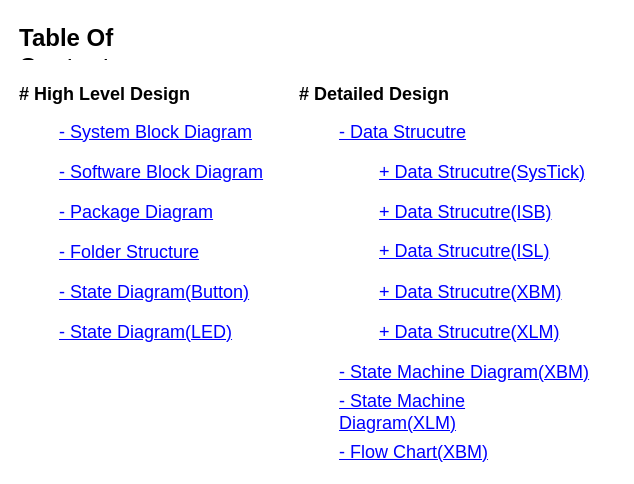
The draw.io diagram page "TOC" (1 of 19) of Document/GSL_Diagram.drawio in gtuja/GSL, before the edit. Source tidied: cells renumbered, new cells numbered last; positions are measured from the earlier drawing's top-left corner, leaving out a move shared by most shapes. Both pictures are drawn from the tidied source at 100%, with x=0, y=0 at pixel (17, 17).
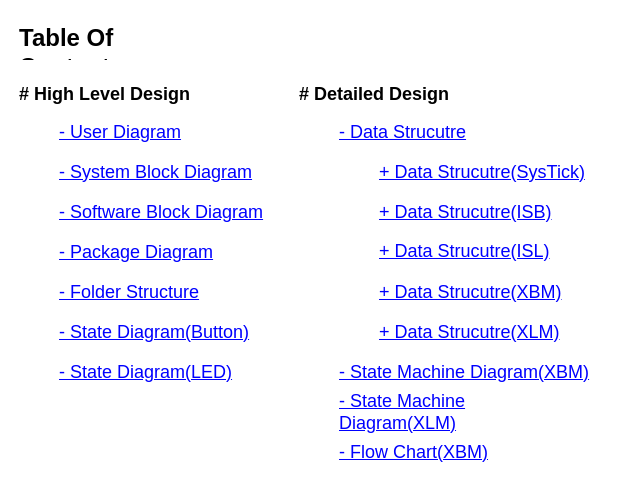
The same diagram, later.

The edit, as a diff of the source:
```diff
@@
     <mxCell id="3" value="- System Block Diagram" style="text;html=1;align=left;verticalAlign=middle;whiteSpace=wrap;rounded=0;fontStyle=4;fontFamily=Calibri;fontSize=18;fontColor=#0000FF;" parent="1" vertex="1">
-      <mxGeometry x="40" y="100" width="240" height="30" as="geometry" />
+      <mxGeometry x="40" y="140" width="240" height="30" as="geometry" />
     </mxCell>
     <mxCell id="4" value="- Software Block Diagram" style="text;html=1;align=left;verticalAlign=middle;whiteSpace=wrap;rounded=0;fontStyle=4;fontFamily=Calibri;fontSize=18;fontColor=#0000FF;" parent="1" vertex="1">
-      <mxGeometry x="40" y="140" width="240" height="30" as="geometry" />
+      <mxGeometry x="40" y="180" width="240" height="30" as="geometry" />
     </mxCell>
     <mxCell id="5" value="- Package Diagram" style="text;html=1;align=left;verticalAlign=middle;whiteSpace=wrap;rounded=0;fontStyle=4;fontFamily=Calibri;fontSize=18;fontColor=#0000FF;" parent="1" vertex="1">
-      <mxGeometry x="40" y="180" width="240" height="30" as="geometry" />
+      <mxGeometry x="40" y="220" width="240" height="30" as="geometry" />
     </mxCell>
     <mxCell id="6" value="- Folder Structure" style="text;html=1;align=left;verticalAlign=middle;whiteSpace=wrap;rounded=0;fontStyle=4;fontFamily=Calibri;fontSize=18;fontColor=#0000FF;" parent="1" vertex="1">
-      <mxGeometry x="40" y="220" width="240" height="30" as="geometry" />
+      <mxGeometry x="40" y="260" width="240" height="30" as="geometry" />
     </mxCell>
@@
     <mxCell id="13" value="- State Diagram(Button)" style="text;html=1;align=left;verticalAlign=middle;whiteSpace=wrap;rounded=0;fontStyle=4;fontFamily=Calibri;fontSize=18;fontColor=#0000FF;" parent="1" vertex="1">
-      <mxGeometry x="40" y="260" width="240" height="30" as="geometry" />
+      <mxGeometry x="40" y="300" width="240" height="30" as="geometry" />
     </mxCell>
     <mxCell id="14" value="- State Diagram(LED)" style="text;html=1;align=left;verticalAlign=middle;whiteSpace=wrap;rounded=0;fontStyle=4;fontFamily=Calibri;fontSize=18;fontColor=#0000FF;" parent="1" vertex="1">
-      <mxGeometry x="40" y="300" width="240" height="30" as="geometry" />
+      <mxGeometry x="40" y="340" width="240" height="30" as="geometry" />
     </mxCell>
@@
+    <mxCell id="20" value="- User Diagram" style="text;html=1;align=left;verticalAlign=middle;whiteSpace=wrap;rounded=0;fontStyle=4;fontFamily=Calibri;fontSize=18;fontColor=#0000FF;" parent="1" vertex="1">
+      <mxGeometry x="40" y="100" width="240" height="30" as="geometry" />
+    </mxCell>
```
